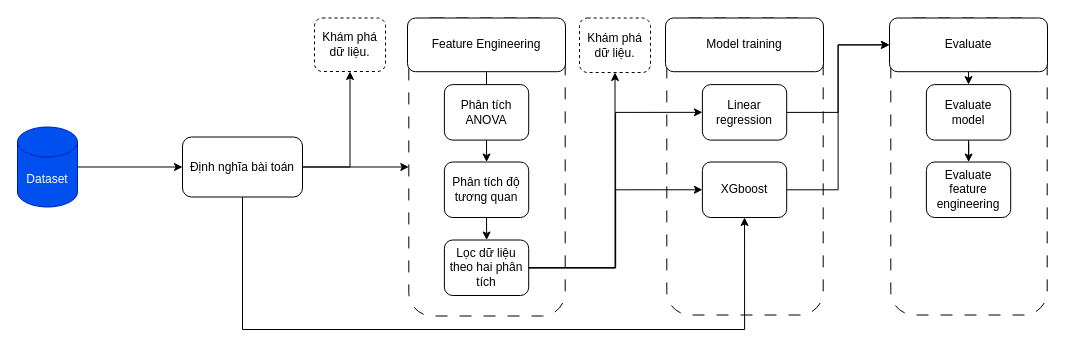
This is zzz.drawio from ippapi/ml, a draw.io file, before an edit. Source tidied: cells renumbered, new cells numbered last; positions are measured from the earlier drawing's top-left corner, leaving out a move shared by most shapes. Both pictures are drawn from the tidied source at 100%, with x=0, y=0 at pixel (17, 18).
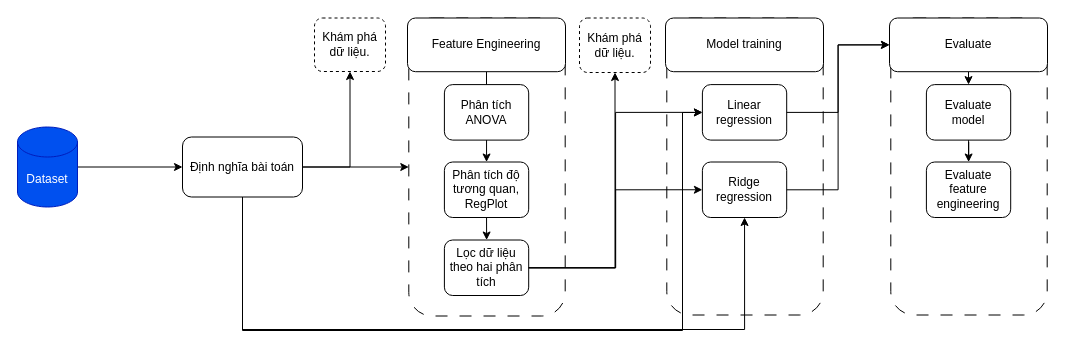
Above is the later version.

Unchanged cells that the change refers to:
```xml
<mxCell id="6" value="Định nghĩa bài toán" style="rounded=1;whiteSpace=wrap;html=1;" parent="1" vertex="1">
  <mxGeometry x="165" y="118.5" width="120" height="60" as="geometry" />
</mxCell>
<mxCell id="7" style="group;" parent="1" vertex="1">
  <mxGeometry x="648" y="-0.5" width="158" height="298" as="geometry" />
</mxCell>
<mxCell id="10" value="Linear regression" style="rounded=1;whiteSpace=wrap;html=1;" parent="7" vertex="1">
  <mxGeometry x="36.9" y="66.6" width="84.3" height="55.5" as="geometry" />
</mxCell>
<mxCell id="12" style="group;" parent="1" vertex="1">
  <mxGeometry x="390" y="-0.5" width="158" height="298" as="geometry" />
</mxCell>
```

Diff of the diagram source:
```diff
@@
-    <mxCell id="11" value="XGboost" style="rounded=1;whiteSpace=wrap;html=1;" parent="7" vertex="1">
+    <mxCell id="11" value="Ridge regression" style="rounded=1;whiteSpace=wrap;html=1;" parent="7" vertex="1">
       <mxGeometry x="36.9" y="144" width="84.3" height="55.5" as="geometry" />
     </mxCell>
@@
-    <mxCell id="19" value="Phân tích độ tương quan" style="rounded=1;whiteSpace=wrap;html=1;" parent="12" vertex="1">
+    <mxCell id="19" value="Phân tích độ tương quan, RegPlot" style="rounded=1;whiteSpace=wrap;html=1;" parent="12" vertex="1">
       <mxGeometry x="36.9" y="144" width="84.3" height="55.5" as="geometry" />
     </mxCell>
@@
+    <mxCell id="36" style="edgeStyle=orthogonalEdgeStyle;rounded=0;jettySize=auto;html=1;" parent="1" edge="1" source="6" target="10">
+      <mxGeometry relative="1" as="geometry">
+        <Array as="points">
+          <mxPoint x="225" y="312" />
+          <mxPoint x="665" y="312" />
+          <mxPoint x="665" y="94" />
+        </Array>
+      </mxGeometry>
+    </mxCell>
```
